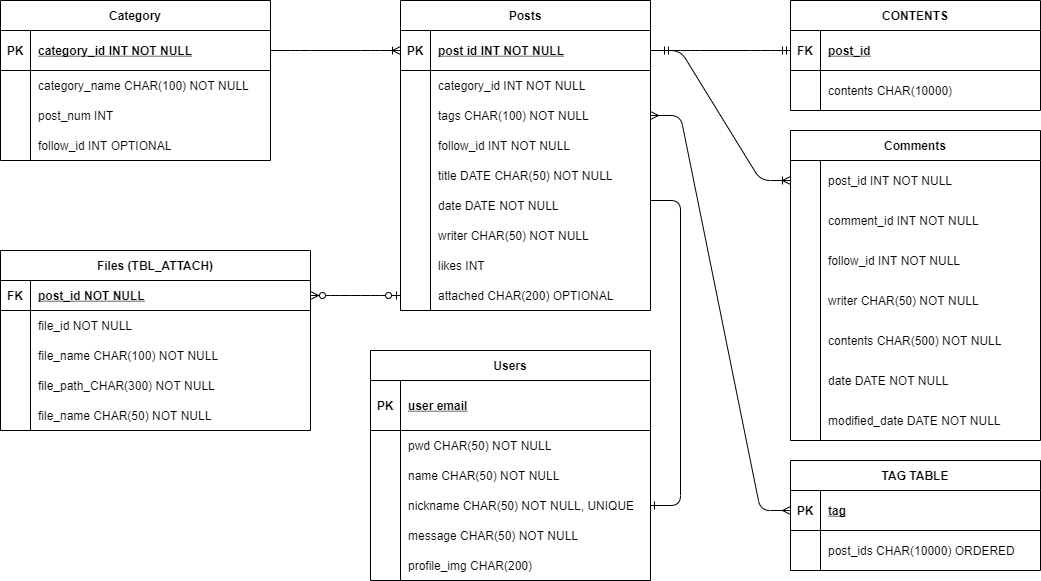
Before: img/Untitled Diagram.drawio.png, a diagram exported from draw.io (wch18735/Data-Modelling). Source tidied: cells renumbered, new cells last; positions are measured from the earlier drawing's top-left corner, leaving out a move shared by most shapes.
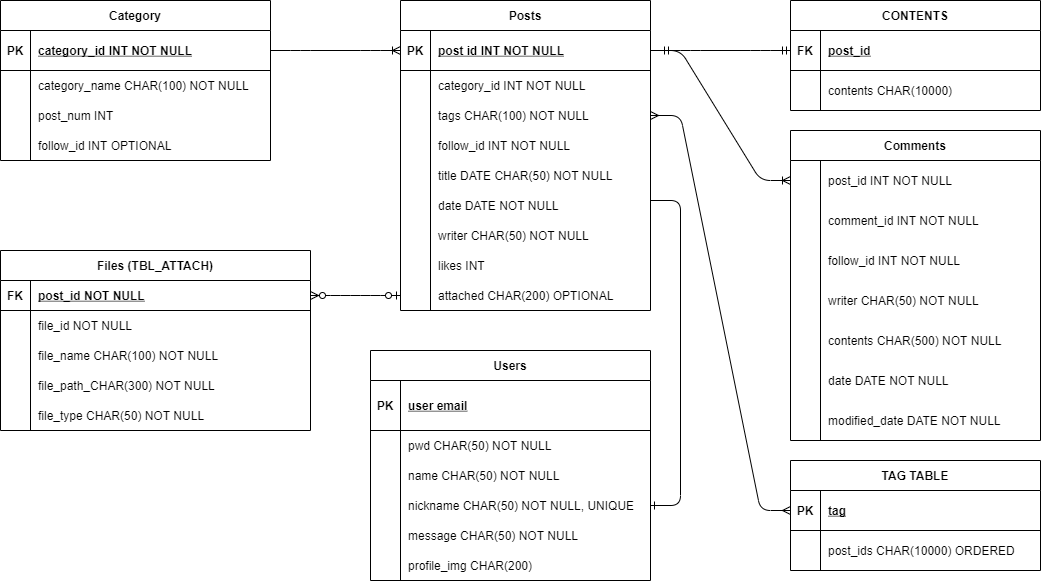
The same file after the commit.

Diff of the diagram source:
```diff
@@ -254,7 +254,7 @@
     <mxCell id="85" style="shape=partialRectangle;overflow=hidden;fillColor=none;top=0;left=0;bottom=0;right=0;" parent="84" vertex="1">
       <mxGeometry width="30" height="30" as="geometry" />
     </mxCell>
-    <mxCell id="86" value="file_name CHAR(50) NOT NULL" style="shape=partialRectangle;overflow=hidden;fillColor=none;top=0;left=0;bottom=0;right=0;align=left;spacingLeft=6;" parent="84" vertex="1">
+    <mxCell id="86" value="file_type CHAR(50) NOT NULL" style="shape=partialRectangle;overflow=hidden;fillColor=none;top=0;left=0;bottom=0;right=0;align=left;spacingLeft=6;" parent="84" vertex="1">
       <mxGeometry x="30" width="280" height="30" as="geometry" />
     </mxCell>
     <mxCell id="87" style="shape=partialRectangle;fillColor=none;top=0;left=0;right=0;bottom=0;" parent="1" vertex="1">
```
